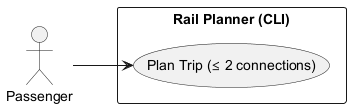
The PlantUML diagram Iteration_2/docs/images/use case diagram.png in SamuelVachon/SOEN342, before a commit.
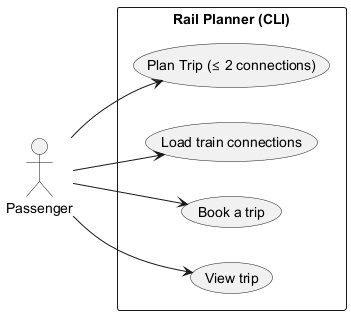
Above is the later version.

Diff of the diagram source:
```diff
@@ -4,8 +4,15 @@
 
 rectangle "Rail Planner (CLI)" {
   usecase "Plan Trip (≤ 2 connections)" as UC_Plan
+  usecase "Load train connections" as UC_load
+  usecase "Book a trip" as UC_book
+  usecase "View trip" as UC_view
 }
 
+
 User --> UC_Plan
+User --> UC_load
+User --> UC_book
+User --> UC_view
 
 @enduml
```
